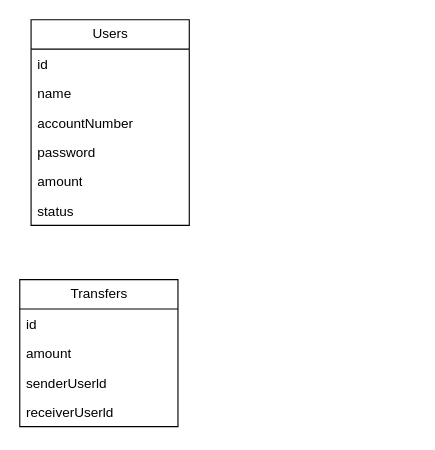
This is diagramaEntidadRelacion.drawio from jhonwid/app-bank, a draw.io file, before an edit. Source tidied: cells renumbered, new cells numbered last; positions are measured from the earlier drawing's top-left corner, leaving out a move shared by most shapes. Both pictures are drawn from the tidied source at 113%, with x=0, y=0 at pixel (19, 19).
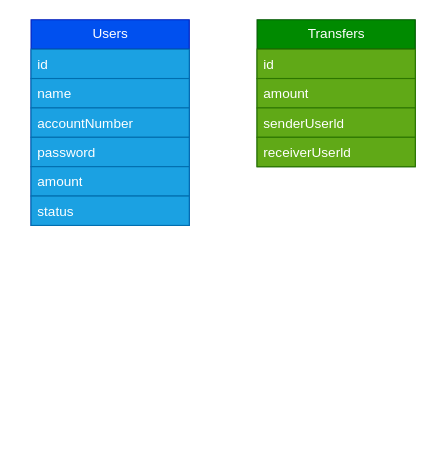
The same diagram, later.

The edit, as a diff of the source:
```diff
@@
 <mxGraphModel>
   <root>
     <mxCell id="0" />
     <mxCell id="1" parent="0" />
-    <mxCell id="2" value="Users" style="swimlane;fontStyle=0;horizontal=1;startSize=26;fillColor=none;html=1;" parent="1" vertex="1">
+    <mxCell id="2" value="Users" style="swimlane;fontStyle=0;horizontal=1;startSize=26;fillColor=#0050ef;html=1;fontColor=#ffffff;strokeColor=#001DBC;" parent="1" vertex="1">
       <mxGeometry x="10" width="140" height="182" as="geometry" />
     </mxCell>
-    <mxCell id="3" value="id" style="text;strokeColor=none;fillColor=none;align=left;verticalAlign=top;spacingLeft=4;spacingRight=4;overflow=hidden;whiteSpace=wrap;html=1;" parent="2" vertex="1">
+    <mxCell id="3" value="id" style="text;strokeColor=#006EAF;fillColor=#1ba1e2;align=left;verticalAlign=top;spacingLeft=4;spacingRight=4;overflow=hidden;whiteSpace=wrap;html=1;fontColor=#ffffff;" parent="2" vertex="1">
       <mxGeometry y="26" width="140" height="26" as="geometry" />
     </mxCell>
-    <mxCell id="4" value="name" style="text;strokeColor=none;fillColor=none;align=left;verticalAlign=top;spacingLeft=4;spacingRight=4;overflow=hidden;whiteSpace=wrap;html=1;" parent="2" vertex="1">
+    <mxCell id="4" value="name" style="text;strokeColor=#006EAF;fillColor=#1ba1e2;align=left;verticalAlign=top;spacingLeft=4;spacingRight=4;overflow=hidden;whiteSpace=wrap;html=1;fontColor=#ffffff;" parent="2" vertex="1">
       <mxGeometry y="52" width="140" height="26" as="geometry" />
     </mxCell>
-    <mxCell id="5" value="accountNumber" style="text;strokeColor=none;fillColor=none;align=left;verticalAlign=top;spacingLeft=4;spacingRight=4;overflow=hidden;whiteSpace=wrap;html=1;" parent="2" vertex="1">
+    <mxCell id="5" value="accountNumber" style="text;strokeColor=#006EAF;fillColor=#1ba1e2;align=left;verticalAlign=top;spacingLeft=4;spacingRight=4;overflow=hidden;whiteSpace=wrap;html=1;fontColor=#ffffff;" parent="2" vertex="1">
       <mxGeometry y="78" width="140" height="26" as="geometry" />
     </mxCell>
-    <mxCell id="6" value="password" style="text;strokeColor=none;fillColor=none;align=left;verticalAlign=top;spacingLeft=4;spacingRight=4;overflow=hidden;whiteSpace=wrap;html=1;" parent="2" vertex="1">
+    <mxCell id="6" value="password" style="text;strokeColor=#006EAF;fillColor=#1ba1e2;align=left;verticalAlign=top;spacingLeft=4;spacingRight=4;overflow=hidden;whiteSpace=wrap;html=1;fontColor=#ffffff;" parent="2" vertex="1">
       <mxGeometry y="104" width="140" height="26" as="geometry" />
     </mxCell>
-    <mxCell id="7" value="amount" style="text;strokeColor=none;fillColor=none;align=left;verticalAlign=top;spacingLeft=4;spacingRight=4;overflow=hidden;whiteSpace=wrap;html=1;" parent="2" vertex="1">
+    <mxCell id="7" value="amount" style="text;strokeColor=#006EAF;fillColor=#1ba1e2;align=left;verticalAlign=top;spacingLeft=4;spacingRight=4;overflow=hidden;whiteSpace=wrap;html=1;fontColor=#ffffff;" parent="2" vertex="1">
       <mxGeometry y="130" width="140" height="26" as="geometry" />
     </mxCell>
-    <mxCell id="8" value="status" style="text;strokeColor=none;fillColor=none;align=left;verticalAlign=top;spacingLeft=4;spacingRight=4;overflow=hidden;whiteSpace=wrap;html=1;" parent="2" vertex="1">
+    <mxCell id="8" value="status" style="text;strokeColor=#006EAF;fillColor=#1ba1e2;align=left;verticalAlign=top;spacingLeft=4;spacingRight=4;overflow=hidden;whiteSpace=wrap;html=1;fontColor=#ffffff;" parent="2" vertex="1">
       <mxGeometry y="156" width="140" height="26" as="geometry" />
     </mxCell>
-    <mxCell id="9" value="Transfers" style="swimlane;fontStyle=0;horizontal=1;startSize=26;fillColor=none;html=1;" parent="1" vertex="1">
-      <mxGeometry y="230" width="140" height="130" as="geometry" />
+    <mxCell id="9" value="Transfers" style="swimlane;fontStyle=0;horizontal=1;startSize=26;fillColor=#008a00;html=1;fontColor=#ffffff;strokeColor=#005700;" parent="1" vertex="1">
+      <mxGeometry x="210" width="140" height="130" as="geometry" />
     </mxCell>
-    <mxCell id="10" value="id" style="text;strokeColor=none;fillColor=none;align=left;verticalAlign=top;spacingLeft=4;spacingRight=4;overflow=hidden;whiteSpace=wrap;html=1;" parent="9" vertex="1">
+    <mxCell id="10" value="id" style="text;strokeColor=#2D7600;fillColor=#60a917;align=left;verticalAlign=top;spacingLeft=4;spacingRight=4;overflow=hidden;whiteSpace=wrap;html=1;fontColor=#ffffff;" parent="9" vertex="1">
       <mxGeometry y="26" width="140" height="26" as="geometry" />
     </mxCell>
-    <mxCell id="11" value="amount" style="text;strokeColor=none;fillColor=none;align=left;verticalAlign=top;spacingLeft=4;spacingRight=4;overflow=hidden;whiteSpace=wrap;html=1;" parent="9" vertex="1">
+    <mxCell id="11" value="amount" style="text;strokeColor=#2D7600;fillColor=#60a917;align=left;verticalAlign=top;spacingLeft=4;spacingRight=4;overflow=hidden;whiteSpace=wrap;html=1;fontColor=#ffffff;" parent="9" vertex="1">
       <mxGeometry y="52" width="140" height="26" as="geometry" />
     </mxCell>
-    <mxCell id="12" value="senderUserld" style="text;strokeColor=none;fillColor=none;align=left;verticalAlign=top;spacingLeft=4;spacingRight=4;overflow=hidden;whiteSpace=wrap;html=1;" parent="9" vertex="1">
+    <mxCell id="12" value="senderUserld" style="text;strokeColor=#2D7600;fillColor=#60a917;align=left;verticalAlign=top;spacingLeft=4;spacingRight=4;overflow=hidden;whiteSpace=wrap;html=1;fontColor=#ffffff;" parent="9" vertex="1">
       <mxGeometry y="78" width="140" height="26" as="geometry" />
     </mxCell>
-    <mxCell id="13" value="receiverUserld" style="text;strokeColor=none;fillColor=none;align=left;verticalAlign=top;spacingLeft=4;spacingRight=4;overflow=hidden;whiteSpace=wrap;html=1;" parent="9" vertex="1">
+    <mxCell id="13" value="receiverUserld" style="text;strokeColor=#2D7600;fillColor=#60a917;align=left;verticalAlign=top;spacingLeft=4;spacingRight=4;overflow=hidden;whiteSpace=wrap;html=1;fontColor=#ffffff;" parent="9" vertex="1">
       <mxGeometry y="104" width="140" height="26" as="geometry" />
     </mxCell>
   </root>
 </mxGraphModel>
```
